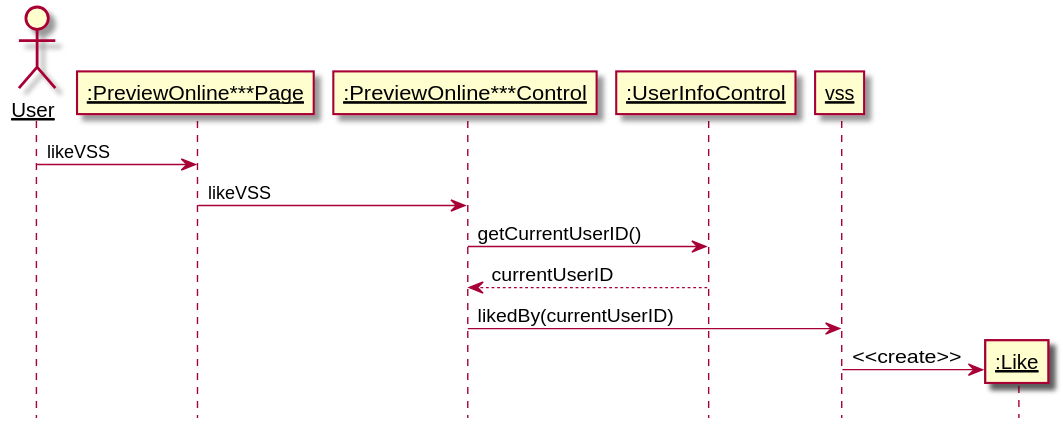
This is 需求定义和分析/LikeVSS.svg from kpp19920121/doc, a PlantUML export, as it was before one commit. The source it was exported from:
```plantuml
@startuml LikeVSS
hide footbox
skinparam sequenceParticipant underline
actor User as user
participant ":PreviewOnline***Page" as page
participant ":PreviewOnline***Control" as control
participant ":UserInfoControl" as info

user -> page: likeVSS
page -> control: likeVSS
control -> info: getCurrentUserID()
info --> control: currentUserID
control -> vss: likedBy(currentUserID)
participant ":Like" as like
create like
vss -> like: <<create>>

@enduml
```
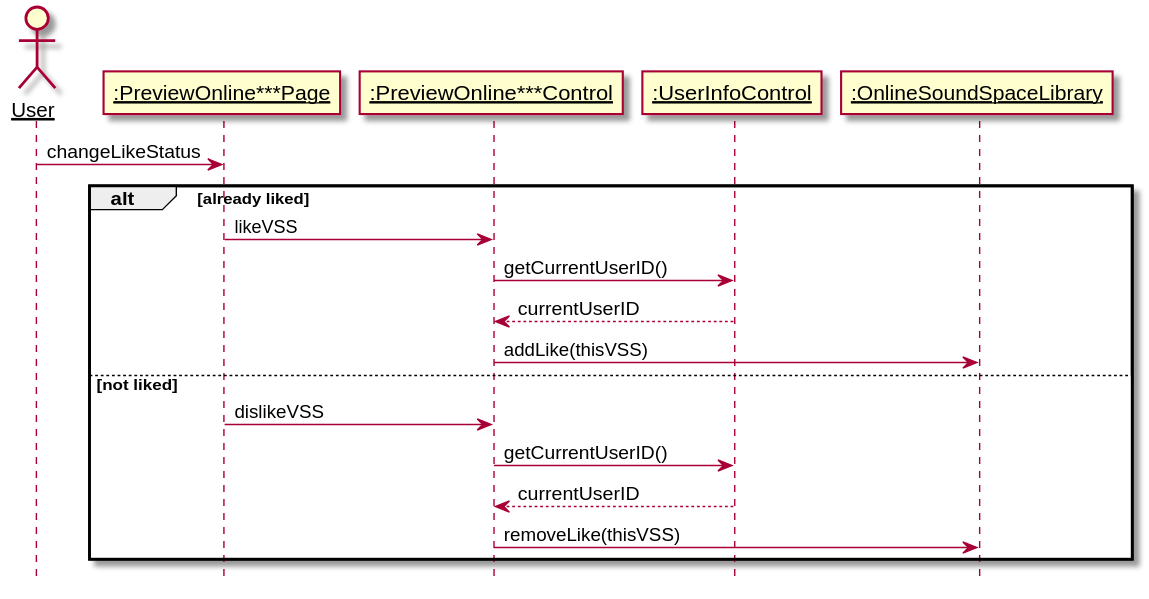
The same file after the commit.

Diff of the diagram source:
```diff
@@ -5,14 +5,19 @@
 participant ":PreviewOnline***Page" as page
 participant ":PreviewOnline***Control" as control
 participant ":UserInfoControl" as info
+participant ":OnlineSoundSpaceLibrary" as library
 
-user -> page: likeVSS
-page -> control: likeVSS
-control -> info: getCurrentUserID()
-info --> control: currentUserID
-control -> vss: likedBy(currentUserID)
-participant ":Like" as like
-create like
-vss -> like: <<create>>
+user -> page: changeLikeStatus
+alt already liked
+    page -> control: likeVSS
+    control -> info: getCurrentUserID()
+    info --> control: currentUserID
+    control -> library: addLike(thisVSS)
+else not liked
+    page -> control: dislikeVSS
+    control -> info: getCurrentUserID()
+    info --> control: currentUserID
+    control -> library: removeLike(thisVSS)
+end
 
 @enduml
```
